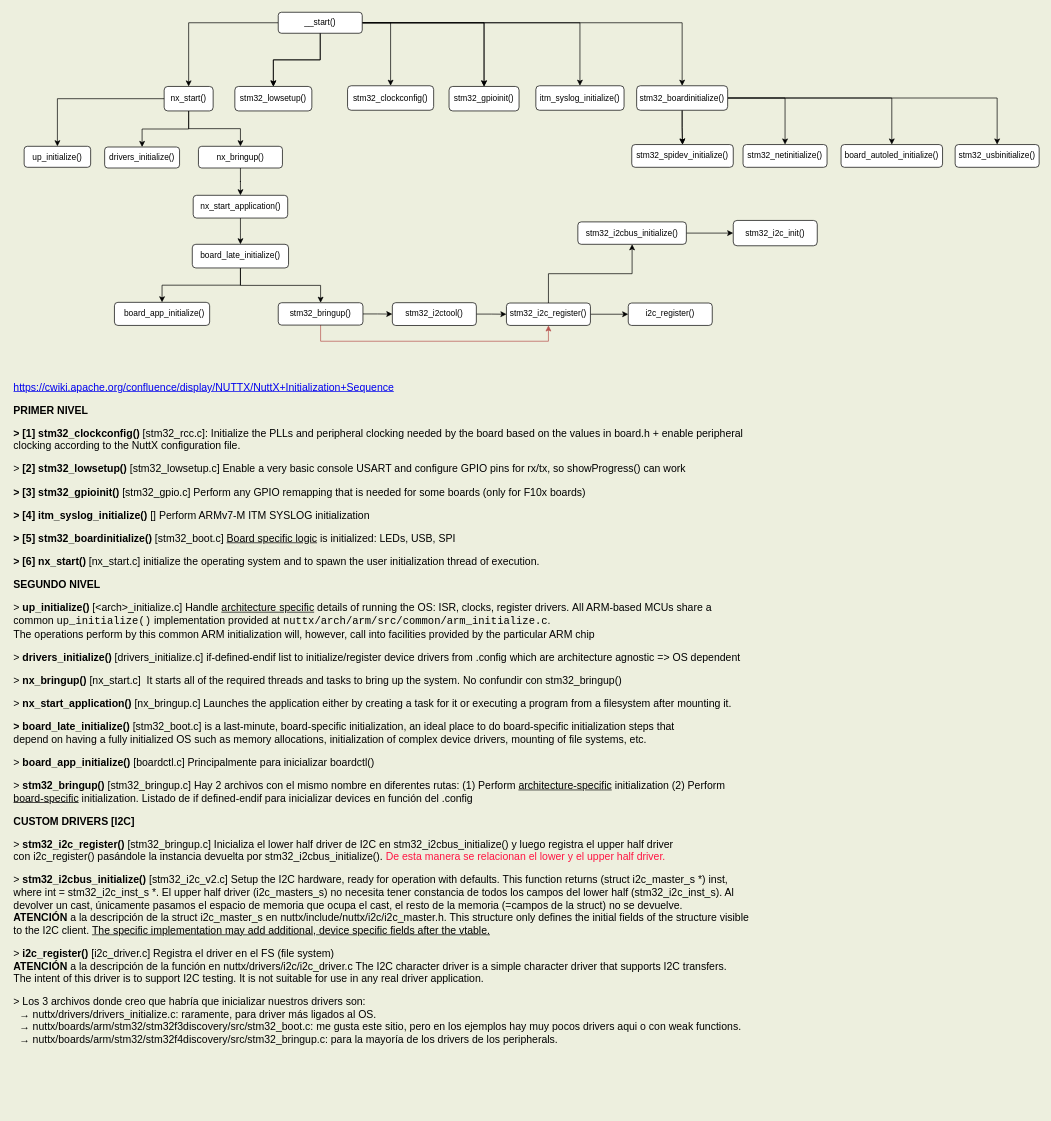
Above: page "Initialization Sequence" (6 of 6) of NuttxDriversSchema.drawio in rentzboy/nuttx (draw.io), before the change. Source tidied: cells renumbered, new cells numbered last; positions are measured from the earlier drawing's top-left corner, leaving out a move shared by most shapes. Both pictures are drawn from the tidied source at 70%, with x=0, y=0 at pixel (12, 12).
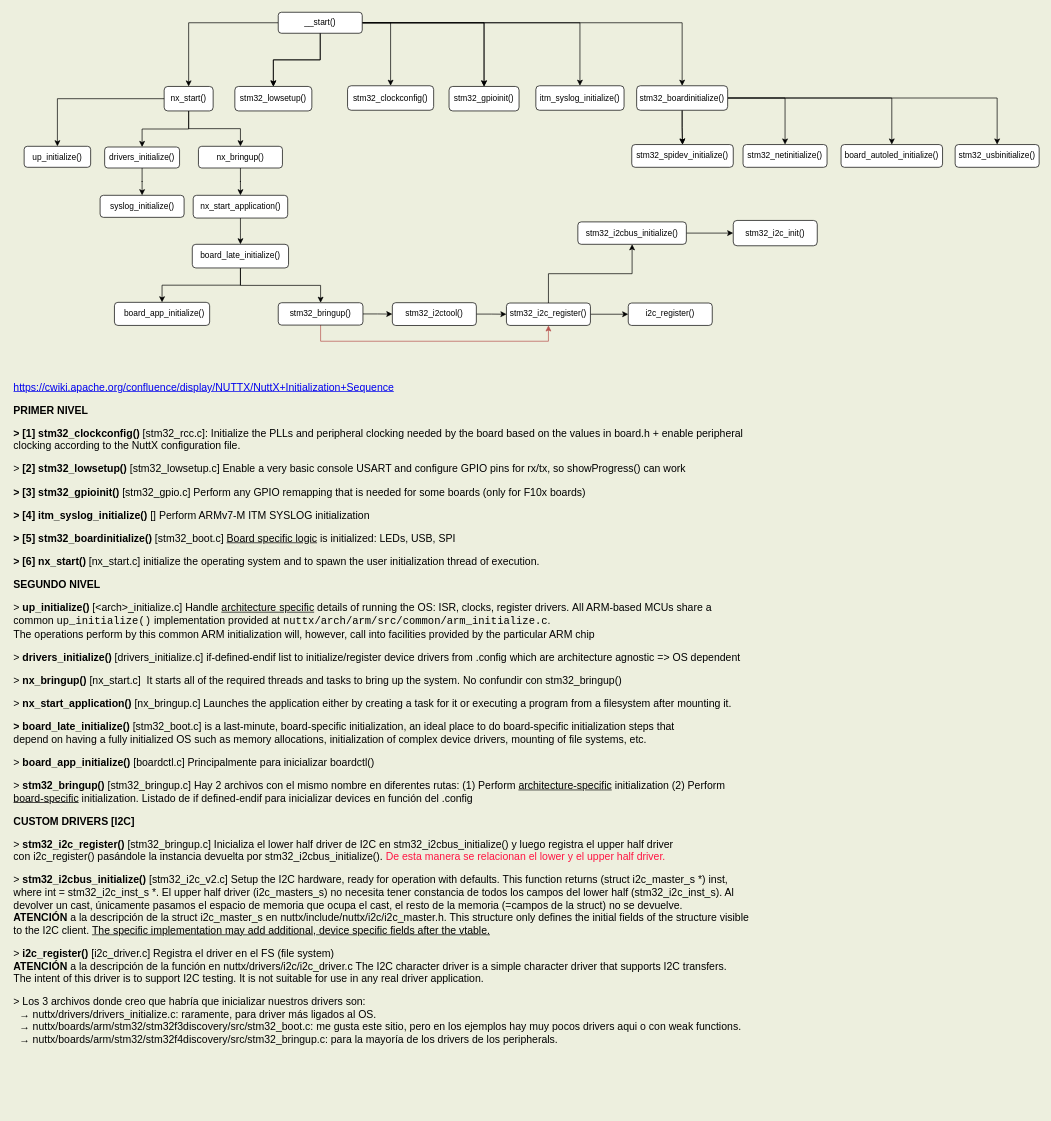
Above is the later version.

Unchanged cells that the change refers to:
```xml
<mxCell id="33" value="drivers_initialize()" style="whiteSpace=wrap;html=1;rounded=1;" parent="1" vertex="1">
  <mxGeometry x="132" y="192.5" width="107" height="30" as="geometry" />
</mxCell>
```

What changed in the source:
```diff
@@
+    <mxCell id="52" style="edgeStyle=orthogonalEdgeStyle;rounded=0;jettySize=auto;html=1;" parent="1" edge="1" source="33" target="53">
+      <mxGeometry relative="1" as="geometry" />
+    </mxCell>
@@
+    <mxCell id="53" value="syslog_initialize()" style="whiteSpace=wrap;html=1;rounded=1;" parent="1" vertex="1">
+      <mxGeometry x="125.5" y="261.5" width="120" height="31.5" as="geometry" />
+    </mxCell>
```
